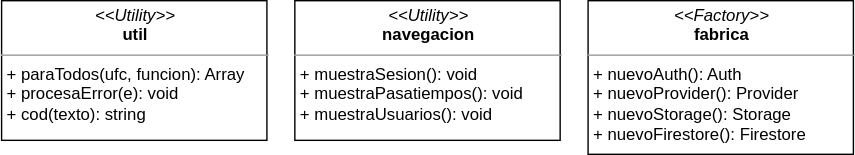
Before: img/apoyo.svg, a diagram exported from draw.io (gilpgdm/gilpgdm.github.io). Source tidied: cells renumbered, new cells last; positions are measured from the earlier drawing's top-left corner, leaving out a move shared by most shapes.
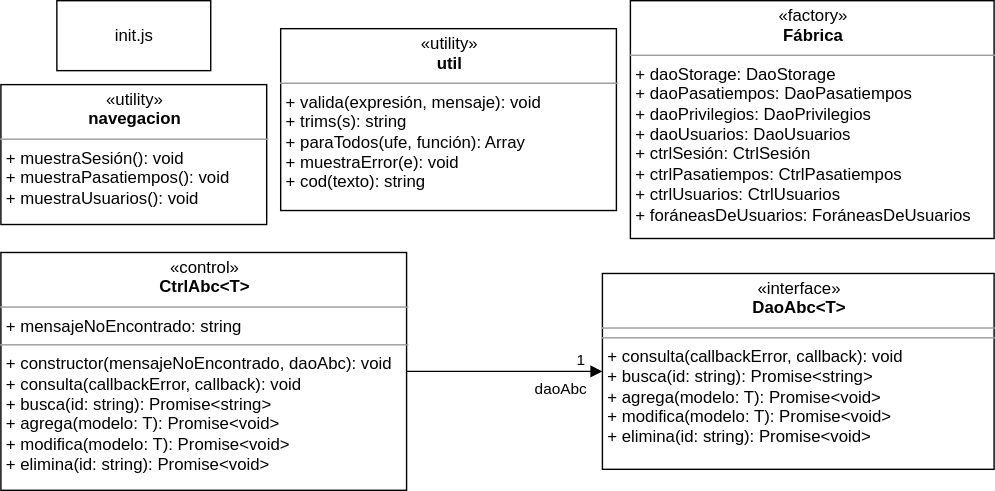
Above is the later version.

Diff of the diagram source:
```diff
@@ -2,14 +2,31 @@
   <root>
     <mxCell id="0" />
     <mxCell id="1" parent="0" />
-    <mxCell id="2" value="&lt;p style=&quot;margin: 0px ; margin-top: 4px ; text-align: center&quot;&gt;&lt;i&gt;&amp;lt;&amp;lt;Utility&amp;gt;&amp;gt;&lt;/i&gt;&lt;br&gt;&lt;b&gt;navegacion&lt;/b&gt;&lt;/p&gt;&lt;hr size=&quot;1&quot;&gt;&lt;p style=&quot;margin: 0px ; margin-left: 4px&quot;&gt;&lt;/p&gt;&lt;p style=&quot;margin: 0px ; margin-left: 4px&quot;&gt;&lt;span&gt;+ muestraSesion(): void&lt;/span&gt;&lt;br&gt;&lt;/p&gt;&lt;p style=&quot;margin: 0px ; margin-left: 4px&quot;&gt;+ muestraPasatiempos(): void&lt;/p&gt;&lt;p style=&quot;margin: 0px ; margin-left: 4px&quot;&gt;+ muestraUsuarios(): void&lt;/p&gt;" style="verticalAlign=top;align=left;overflow=fill;fontSize=12;fontFamily=Helvetica;html=1;" parent="1" vertex="1">
-      <mxGeometry x="210" width="190" height="100" as="geometry" />
+    <mxCell id="2" value="&lt;p style=&quot;margin: 0px ; margin-top: 4px ; text-align: center&quot;&gt;«utility»&lt;br&gt;&lt;b&gt;navegacion&lt;/b&gt;&lt;/p&gt;&lt;hr size=&quot;1&quot;&gt;&lt;p style=&quot;margin: 0px ; margin-left: 4px&quot;&gt;&lt;/p&gt;&lt;p style=&quot;margin: 0px ; margin-left: 4px&quot;&gt;&lt;span&gt;+ muestraSesión(): void&lt;/span&gt;&lt;br&gt;&lt;/p&gt;&lt;p style=&quot;margin: 0px ; margin-left: 4px&quot;&gt;+ muestraPasatiempos(): void&lt;/p&gt;&lt;p style=&quot;margin: 0px ; margin-left: 4px&quot;&gt;+ muestraUsuarios(): void&lt;/p&gt;" style="verticalAlign=top;align=left;overflow=fill;fontSize=12;fontFamily=Helvetica;html=1;" parent="1" vertex="1">
+      <mxGeometry x="10" y="70" width="190" height="100" as="geometry" />
     </mxCell>
-    <mxCell id="3" value="&lt;p style=&quot;margin: 0px ; margin-top: 4px ; text-align: center&quot;&gt;&lt;i&gt;&amp;lt;&amp;lt;Factory&amp;gt;&amp;gt;&lt;/i&gt;&lt;br&gt;&lt;b&gt;fabrica&lt;/b&gt;&lt;/p&gt;&lt;hr size=&quot;1&quot;&gt;&lt;p style=&quot;margin: 0px ; margin-left: 4px&quot;&gt;&lt;/p&gt;&lt;p style=&quot;margin: 0px ; margin-left: 4px&quot;&gt;+ nuevoAuth(): Auth&lt;br&gt;+ nuevoProvider(): Provider&lt;/p&gt;&lt;p style=&quot;margin: 0px ; margin-left: 4px&quot;&gt;+ nuevoStorage(): Storage&lt;/p&gt;&lt;p style=&quot;margin: 0px ; margin-left: 4px&quot;&gt;+ nuevoFirestore(): Firestore&lt;/p&gt;" style="verticalAlign=top;align=left;overflow=fill;fontSize=12;fontFamily=Helvetica;html=1;" parent="1" vertex="1">
-      <mxGeometry x="420" width="190" height="110" as="geometry" />
-    </mxCell>
-    <mxCell id="4" value="&lt;p style=&quot;margin: 0px ; margin-top: 4px ; text-align: center&quot;&gt;&lt;i&gt;&amp;lt;&amp;lt;Utility&amp;gt;&amp;gt;&lt;/i&gt;&lt;br&gt;&lt;b&gt;util&lt;/b&gt;&lt;/p&gt;&lt;hr size=&quot;1&quot;&gt;&lt;p style=&quot;margin: 0px ; margin-left: 4px&quot;&gt;&lt;/p&gt;&lt;p style=&quot;margin: 0px ; margin-left: 4px&quot;&gt;&lt;span&gt;+ paraTodos(ufc, funcion): Array&lt;/span&gt;&lt;br&gt;&lt;/p&gt;&lt;p style=&quot;margin: 0px ; margin-left: 4px&quot;&gt;+ procesaError(e): void&lt;/p&gt;&lt;p style=&quot;margin: 0px ; margin-left: 4px&quot;&gt;+ cod(texto): string&lt;/p&gt;" style="verticalAlign=top;align=left;overflow=fill;fontSize=12;fontFamily=Helvetica;html=1;" parent="1" vertex="1">
-      <mxGeometry width="190" height="100" as="geometry" />
+    <mxCell id="4" value="&lt;p style=&quot;margin: 0px ; margin-top: 4px ; text-align: center&quot;&gt;«utility»&lt;br&gt;&lt;b&gt;util&lt;/b&gt;&lt;/p&gt;&lt;hr size=&quot;1&quot;&gt;&lt;p style=&quot;margin: 0px ; margin-left: 4px&quot;&gt;&lt;/p&gt;&lt;p style=&quot;margin: 0px ; margin-left: 4px&quot;&gt;&lt;span&gt;+ valida(expresión, mensaje): void&lt;br&gt;&lt;/span&gt;&lt;/p&gt;&lt;p style=&quot;margin: 0px ; margin-left: 4px&quot;&gt;&lt;span&gt;+ trims(s): string&lt;br&gt;&lt;/span&gt;&lt;/p&gt;&lt;p style=&quot;margin: 0px ; margin-left: 4px&quot;&gt;&lt;span&gt;+ paraTodos(ufe, función): Array&lt;/span&gt;&lt;br&gt;&lt;/p&gt;&lt;p style=&quot;margin: 0px ; margin-left: 4px&quot;&gt;+ muestraError(e): void&lt;/p&gt;&lt;p style=&quot;margin: 0px ; margin-left: 4px&quot;&gt;+ cod(texto): string&lt;/p&gt;" style="verticalAlign=top;align=left;overflow=fill;fontSize=12;fontFamily=Helvetica;html=1;" parent="1" vertex="1">
+      <mxGeometry x="210" y="30" width="240" height="130" as="geometry" />
     </mxCell>
+    <mxCell id="5" value="init.js" style="html=1;" parent="1" vertex="1">
+      <mxGeometry x="50" y="10" width="110" height="50" as="geometry" />
+    </mxCell>
+    <mxCell id="6" value="&lt;p style=&quot;margin: 0px ; margin-top: 4px ; text-align: center&quot;&gt;«factory»&lt;br&gt;&lt;b&gt;Fábrica&lt;/b&gt;&lt;/p&gt;&lt;hr size=&quot;1&quot;&gt;&lt;p style=&quot;margin: 0px ; margin-left: 4px&quot;&gt;+ daoStorage: DaoStorage&lt;br&gt;+ daoPasatiempos: DaoPasatiempos&lt;/p&gt;&lt;p style=&quot;margin: 0px ; margin-left: 4px&quot;&gt;+ daoPrivilegios: DaoPrivilegios&lt;/p&gt;&lt;p style=&quot;margin: 0px ; margin-left: 4px&quot;&gt;+ daoUsuarios: DaoUsuarios&lt;/p&gt;&lt;p style=&quot;margin: 0px ; margin-left: 4px&quot;&gt;+ ctrlSesión: CtrlSesión&lt;/p&gt;&lt;p style=&quot;margin: 0px ; margin-left: 4px&quot;&gt;+ ctrlPasatiempos: CtrlPasatiempos&lt;/p&gt;&lt;p style=&quot;margin: 0px ; margin-left: 4px&quot;&gt;+ ctrlUsuarios: CtrlUsuarios&lt;/p&gt;&lt;p style=&quot;margin: 0px ; margin-left: 4px&quot;&gt;+ foráneasDeUsuarios: ForáneasDeUsuarios&lt;br&gt;&lt;/p&gt;" style="verticalAlign=top;align=left;overflow=fill;fontSize=12;fontFamily=Helvetica;html=1;" parent="1" vertex="1">
+      <mxGeometry x="460" y="10" width="260" height="170" as="geometry" />
+    </mxCell>
+    <mxCell id="7" value="&lt;p style=&quot;margin: 0px ; margin-top: 4px ; text-align: center&quot;&gt;«interface»&lt;br&gt;&lt;b&gt;DaoAbc&amp;lt;T&amp;gt;&lt;/b&gt;&lt;/p&gt;&lt;hr size=&quot;1&quot;&gt;&lt;hr size=&quot;1&quot;&gt;&lt;p style=&quot;margin: 0px ; margin-left: 4px&quot;&gt;+ consulta(callbackError, callback): void&lt;br&gt;+ busca(id: string): Promise&amp;lt;string&amp;gt;&lt;/p&gt;&lt;p style=&quot;margin: 0px ; margin-left: 4px&quot;&gt;+ agrega(modelo: T): Promise&amp;lt;void&amp;gt;&lt;/p&gt;&lt;p style=&quot;margin: 0px ; margin-left: 4px&quot;&gt;+ modifica(modelo: T): Promise&amp;lt;void&amp;gt;&lt;/p&gt;&lt;p style=&quot;margin: 0px ; margin-left: 4px&quot;&gt;+ elimina(id: string): Promise&amp;lt;void&amp;gt;&lt;/p&gt;" style="verticalAlign=top;align=left;overflow=fill;fontSize=12;fontFamily=Helvetica;html=1;" parent="1" vertex="1">
+      <mxGeometry x="440" y="205" width="280" height="140" as="geometry" />
+    </mxCell>
+    <mxCell id="8" value="&lt;p style=&quot;margin: 0px ; margin-top: 4px ; text-align: center&quot;&gt;«control»&lt;br&gt;&lt;b&gt;CtrlAbc&amp;lt;T&amp;gt;&lt;/b&gt;&lt;/p&gt;&lt;hr size=&quot;1&quot;&gt;&lt;p style=&quot;margin: 0px ; margin-left: 4px&quot;&gt;+ mensajeNoEncontrado: string&lt;/p&gt;&lt;hr size=&quot;1&quot;&gt;&lt;p style=&quot;margin: 0px ; margin-left: 4px&quot;&gt;+ constructor(mensajeNoEncontrado, daoAbc): void&lt;br&gt;&lt;/p&gt;&lt;p style=&quot;margin: 0px ; margin-left: 4px&quot;&gt;+ consulta(callbackError, callback): void&lt;br&gt;+ busca(id: string): Promise&amp;lt;string&amp;gt;&lt;/p&gt;&lt;p style=&quot;margin: 0px ; margin-left: 4px&quot;&gt;+ agrega(modelo: T): Promise&amp;lt;void&amp;gt;&lt;/p&gt;&lt;p style=&quot;margin: 0px ; margin-left: 4px&quot;&gt;+ modifica(modelo: T): Promise&amp;lt;void&amp;gt;&lt;/p&gt;&lt;p style=&quot;margin: 0px ; margin-left: 4px&quot;&gt;+ elimina(id: string): Promise&amp;lt;void&amp;gt;&lt;/p&gt;" style="verticalAlign=top;align=left;overflow=fill;fontSize=12;fontFamily=Helvetica;html=1;" parent="1" vertex="1">
+      <mxGeometry x="10" y="190" width="290" height="170" as="geometry" />
+    </mxCell>
+    <mxCell id="9" value="daoAbc" style="endArrow=block;endFill=1;html=1;edgeStyle=orthogonalEdgeStyle;align=left;verticalAlign=top;exitX=1;exitY=0.5;exitDx=0;exitDy=0;entryX=0;entryY=0.5;entryDx=0;entryDy=0;" parent="1" edge="1" source="8" target="7">
+      <mxGeometry x="0.29" relative="1" as="geometry" />
+    </mxCell>
+    <mxCell id="10" value="1" style="edgeLabel;html=1;align=left;verticalAlign=bottom;" parent="9" vertex="1">
+      <mxGeometry x="-1" relative="1" as="geometry">
+        <mxPoint x="120" as="offset" />
+      </mxGeometry>
+    </mxCell>
   </root>
 </mxGraphModel>
```
